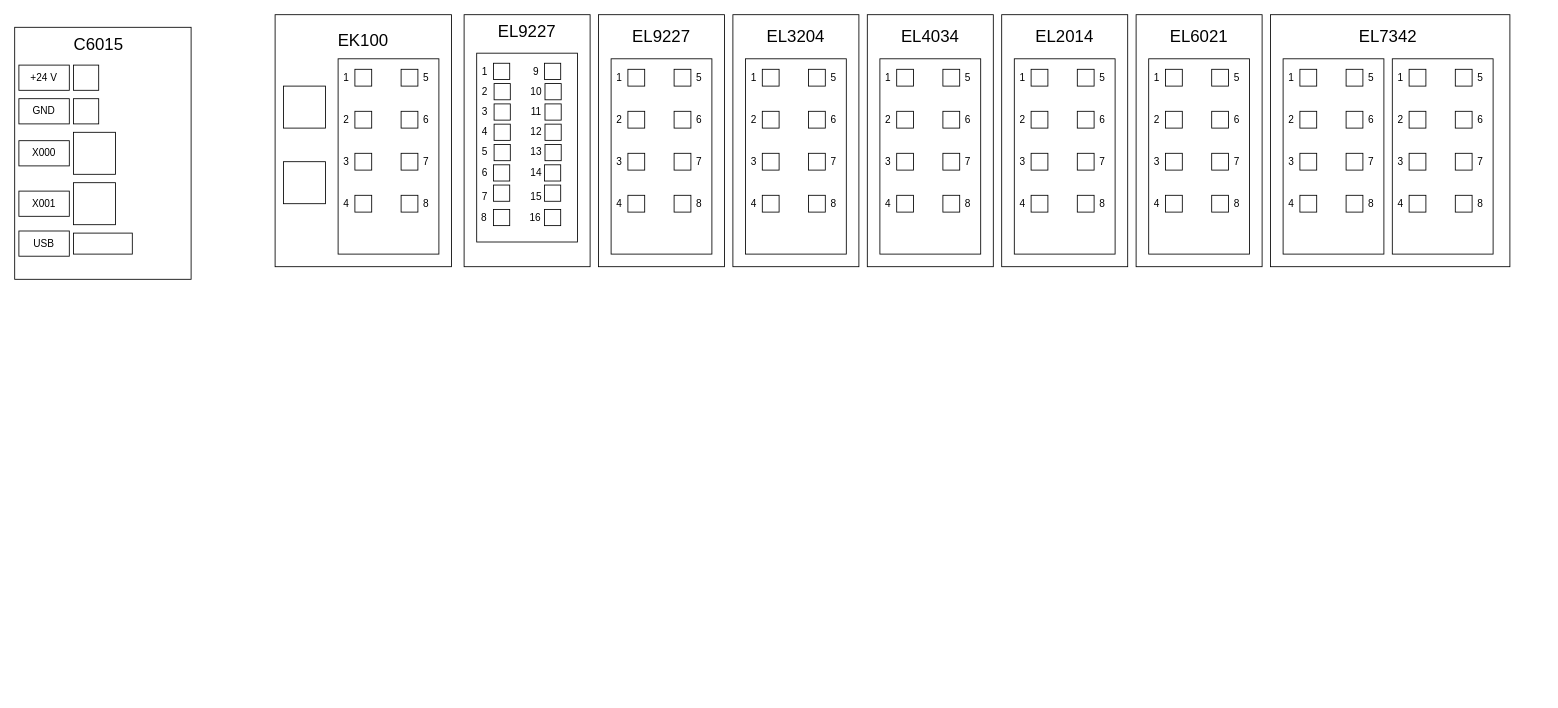
Before: Wiring Diagram.drawio in brandonyin1/CoffeeMaker, a draw.io diagram. Source tidied: cells renumbered, new cells numbered last; positions are measured from the earlier drawing's top-left corner, leaving out a move shared by most shapes. Both pictures are drawn from the tidied source at 84%, with x=0, y=0 at pixel (14, 14).
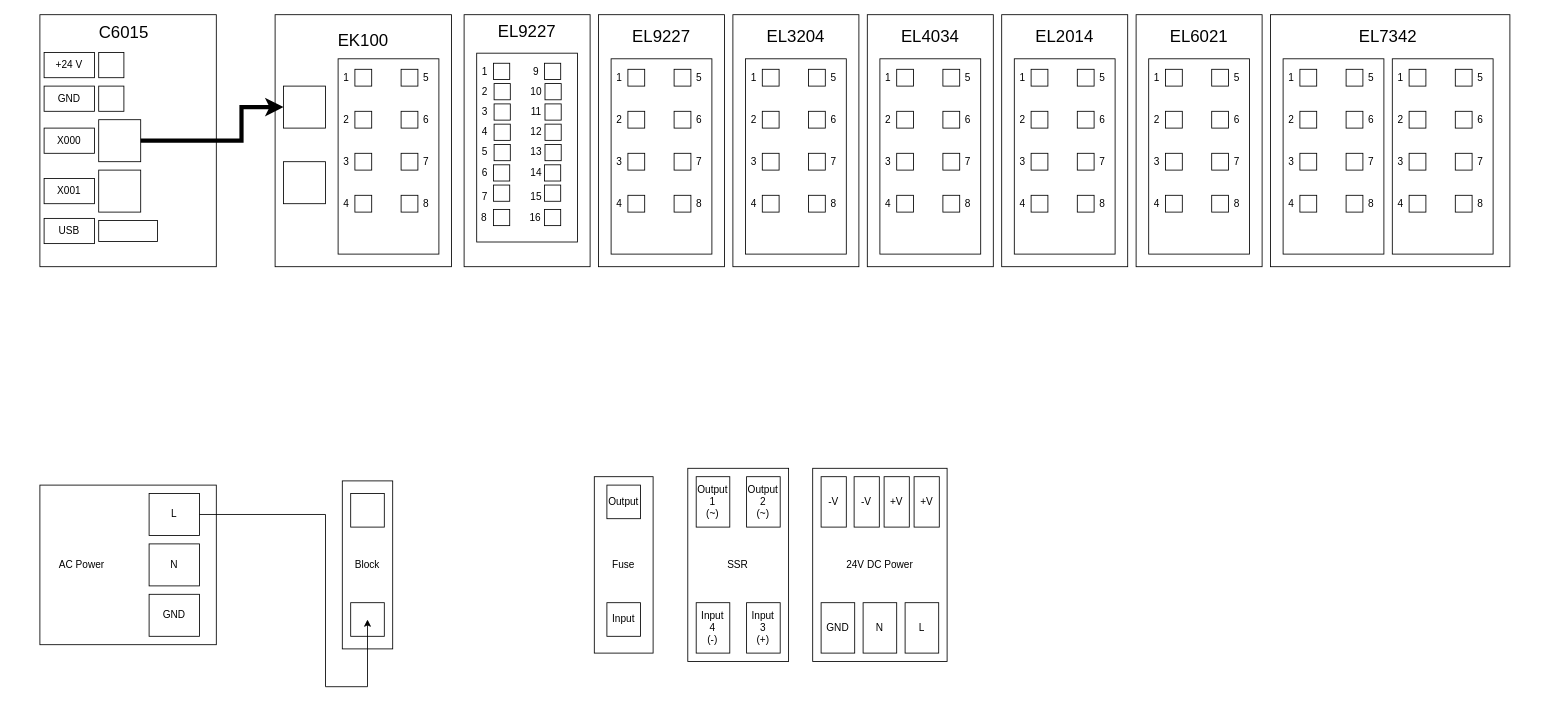
The same page after the edit.

The change refers to these unchanged cells:
```xml
<mxCell id="2" style="group;" parent="1" vertex="1">
  <mxGeometry x="690" width="155" height="300" as="geometry" />
</mxCell>
<mxCell id="22" style="group;" parent="1" vertex="1">
  <mxGeometry x="310" width="210" height="300" as="geometry" />
</mxCell>
<mxCell id="24" style="whiteSpace=wrap;html=1;" parent="22" vertex="1">
  <mxGeometry x="10" y="85" width="50" height="50" as="geometry" />
</mxCell>
<mxCell id="50" style="whiteSpace=wrap;html=1;" parent="44" vertex="1">
  <mxGeometry x="70" y="125" width="50" height="50" as="geometry" />
</mxCell>
<mxCell id="92" style="group;" parent="1" vertex="1">
  <mxGeometry x="850" width="155" height="300" as="geometry" />
</mxCell>
<mxCell id="112" style="group;" parent="1" vertex="1">
  <mxGeometry x="1010" width="155" height="300" as="geometry" />
</mxCell>
<mxCell id="132" style="group;" parent="1" vertex="1">
  <mxGeometry x="1170" width="155" height="300" as="geometry" />
</mxCell>
<mxCell id="152" style="group;" parent="1" vertex="1">
  <mxGeometry x="1330" width="155" height="300" as="geometry" />
</mxCell>
<mxCell id="172" style="group;" parent="1" vertex="1">
  <mxGeometry x="1490" width="330" height="300" as="geometry" />
</mxCell>
```

Change to the diagram source:
```diff
@@
-    <mxCell id="3" style="rounded=0;whiteSpace=wrap;html=1;fillColor=light-dark(#FFFFFF,#FFFFFF);" parent="2" vertex="1">
+    <mxCell id="3" style="rounded=0;whiteSpace=wrap;html=1;fillColor=light-dark(#FFFFFF,#CCCCCC);" parent="2" vertex="1">
       <mxGeometry x="5" width="150" height="300" as="geometry" />
     </mxCell>
@@
-    <mxCell id="23" style="rounded=0;whiteSpace=wrap;html=1;fillColor=light-dark(#FFFFFF,#FFFFFF);" parent="22" vertex="1">
+    <mxCell id="23" style="rounded=0;whiteSpace=wrap;html=1;fillColor=light-dark(#FFFFFF,#CCCCCC);" parent="22" vertex="1">
       <mxGeometry width="210" height="300" as="geometry" />
     </mxCell>
@@
-    <mxCell id="44" style="group;" parent="1" vertex="1">
-      <mxGeometry y="15" width="210" height="300" as="geometry" />
+    <mxCell id="44" style="group;fillStyle=solid;fillColor=light-dark(#FFFFFF,#CC0066);" parent="1" vertex="1">
+      <mxGeometry x="30" width="210" height="300" as="geometry" />
     </mxCell>
-    <mxCell id="45" style="rounded=0;whiteSpace=wrap;html=1;fillColor=light-dark(#FFFFFF,#FFFFFF);" parent="44" vertex="1">
+    <mxCell id="45" style="rounded=0;whiteSpace=wrap;html=1;fillColor=light-dark(#FFFFFF,#CCCCCC);" parent="44" vertex="1">
       <mxGeometry width="210" height="300" as="geometry" />
     </mxCell>
@@
-    <mxCell id="57" style="rounded=0;whiteSpace=wrap;html=1;fillColor=light-dark(#FFFFFF,#FFFFFF);" parent="1" vertex="1">
+    <mxCell id="57" style="rounded=0;whiteSpace=wrap;html=1;fillColor=light-dark(#FFFFFF,#CCCCCC);" parent="1" vertex="1">
       <mxGeometry x="535" width="150" height="300" as="geometry" />
     </mxCell>
@@
-    <mxCell id="93" style="rounded=0;whiteSpace=wrap;html=1;fillColor=light-dark(#FFFFFF,#FFFFFF);" parent="92" vertex="1">
+    <mxCell id="93" style="rounded=0;whiteSpace=wrap;html=1;fillColor=light-dark(#FFFFFF,#CCCCCC);" parent="92" vertex="1">
       <mxGeometry x="5" width="150" height="300" as="geometry" />
     </mxCell>
@@
-    <mxCell id="113" style="rounded=0;whiteSpace=wrap;html=1;fillColor=light-dark(#FFFFFF,#FFFFFF);" parent="112" vertex="1">
+    <mxCell id="113" style="rounded=0;whiteSpace=wrap;html=1;fillColor=light-dark(#FFFFFF,#CCCCCC);" parent="112" vertex="1">
       <mxGeometry x="5" width="150" height="300" as="geometry" />
     </mxCell>
@@
-    <mxCell id="133" style="rounded=0;whiteSpace=wrap;html=1;fillColor=light-dark(#FFFFFF,#FFFFFF);" parent="132" vertex="1">
+    <mxCell id="133" style="rounded=0;whiteSpace=wrap;html=1;fillColor=light-dark(#FFFFFF,#CCCCCC);" parent="132" vertex="1">
       <mxGeometry x="5" width="150" height="300" as="geometry" />
     </mxCell>
@@
-    <mxCell id="153" style="rounded=0;whiteSpace=wrap;html=1;fillColor=light-dark(#FFFFFF,#FFFFFF);" parent="152" vertex="1">
+    <mxCell id="153" style="rounded=0;whiteSpace=wrap;html=1;fillColor=light-dark(#FFFFFF,#CCCCCC);" parent="152" vertex="1">
       <mxGeometry x="5" width="150" height="300" as="geometry" />
     </mxCell>
@@
-    <mxCell id="173" style="rounded=0;whiteSpace=wrap;html=1;fillColor=light-dark(#FFFFFF,#FFFFFF);" parent="172" vertex="1">
+    <mxCell id="173" style="rounded=0;whiteSpace=wrap;html=1;fillColor=light-dark(#FFFFFF,#CCCCCC);" parent="172" vertex="1">
       <mxGeometry x="5" width="285" height="300" as="geometry" />
     </mxCell>
@@
+    <mxCell id="209" style="edgeStyle=orthogonalEdgeStyle;rounded=0;jettySize=auto;html=1;entryX=0;entryY=0.5;entryDx=0;entryDy=0;strokeWidth=5;strokeColor=light-dark(#000000,#FFFF00);" parent="1" edge="1" source="50" target="24">
+      <mxGeometry relative="1" as="geometry">
+        <Array as="points">
+          <mxPoint x="270" y="150" />
+          <mxPoint x="270" y="110" />
+        </Array>
+      </mxGeometry>
+    </mxCell>
+    <mxCell id="210" style="group;" parent="1" vertex="1">
+      <mxGeometry x="30" y="560" width="210" height="190" as="geometry" />
+    </mxCell>
+    <mxCell id="211" style="rounded=0;whiteSpace=wrap;html=1;" parent="210" vertex="1">
+      <mxGeometry width="210" height="190" as="geometry" />
+    </mxCell>
+    <mxCell id="212" value="AC Power" style="text;html=1;whiteSpace=wrap;strokeColor=none;fillColor=none;align=center;verticalAlign=middle;rounded=0;" parent="210" vertex="1">
+      <mxGeometry x="20" y="80" width="60" height="30" as="geometry" />
+    </mxCell>
+    <mxCell id="213" value="L" style="whiteSpace=wrap;html=1;" parent="210" vertex="1">
+      <mxGeometry x="130" y="10" width="60" height="50" as="geometry" />
+    </mxCell>
+    <mxCell id="214" value="N" style="whiteSpace=wrap;html=1;" parent="210" vertex="1">
+      <mxGeometry x="130" y="70" width="60" height="50" as="geometry" />
+    </mxCell>
+    <mxCell id="215" value="GND" style="whiteSpace=wrap;html=1;" parent="210" vertex="1">
+      <mxGeometry x="130" y="130" width="60" height="50" as="geometry" />
+    </mxCell>
+    <mxCell id="216" style="group;" parent="1" vertex="1">
+      <mxGeometry x="690" y="550" width="70" height="210" as="geometry" />
+    </mxCell>
+    <mxCell id="217" value="Fuse" style="whiteSpace=wrap;html=1;" parent="216" vertex="1">
+      <mxGeometry width="70" height="210" as="geometry" />
+    </mxCell>
+    <mxCell id="218" value="Input" style="whiteSpace=wrap;html=1;" parent="216" vertex="1">
+      <mxGeometry x="15" y="150" width="40" height="40" as="geometry" />
+    </mxCell>
+    <mxCell id="219" value="Output" style="whiteSpace=wrap;html=1;" parent="216" vertex="1">
+      <mxGeometry x="15" y="10" width="40" height="40" as="geometry" />
+    </mxCell>
+    <mxCell id="220" style="group;" parent="1" vertex="1">
+      <mxGeometry x="801.3" y="540" width="120" height="230" as="geometry" />
+    </mxCell>
+    <mxCell id="221" value="SSR" style="whiteSpace=wrap;html=1;" parent="220" vertex="1">
+      <mxGeometry width="120" height="230" as="geometry" />
+    </mxCell>
+    <mxCell id="222" value="Output&lt;div&gt;1&lt;/div&gt;&lt;div&gt;(~)&lt;/div&gt;" style="whiteSpace=wrap;html=1;" parent="220" vertex="1">
+      <mxGeometry x="10" y="10" width="40" height="60" as="geometry" />
+    </mxCell>
+    <mxCell id="223" value="Output&lt;div&gt;2&lt;/div&gt;&lt;div&gt;(~)&lt;/div&gt;" style="whiteSpace=wrap;html=1;" parent="220" vertex="1">
+      <mxGeometry x="70" y="10" width="40" height="60" as="geometry" />
+    </mxCell>
+    <mxCell id="224" value="Input&lt;div&gt;4&lt;/div&gt;&lt;div&gt;(-)&lt;/div&gt;" style="whiteSpace=wrap;html=1;" parent="220" vertex="1">
+      <mxGeometry x="10" y="160" width="40" height="60" as="geometry" />
+    </mxCell>
+    <mxCell id="225" value="Input&lt;div&gt;3&lt;/div&gt;&lt;div&gt;(+)&lt;/div&gt;" style="whiteSpace=wrap;html=1;" parent="220" vertex="1">
+      <mxGeometry x="70" y="160" width="40" height="60" as="geometry" />
+    </mxCell>
+    <mxCell id="226" style="group;" parent="1" vertex="1">
+      <mxGeometry x="950" y="540" width="160" height="230" as="geometry" />
+    </mxCell>
+    <mxCell id="227" value="24V DC Power" style="whiteSpace=wrap;html=1;" parent="226" vertex="1">
+      <mxGeometry width="160" height="230" as="geometry" />
+    </mxCell>
+    <mxCell id="228" value="-V" style="whiteSpace=wrap;html=1;" parent="226" vertex="1">
+      <mxGeometry x="10" y="10" width="30" height="60" as="geometry" />
+    </mxCell>
+    <mxCell id="229" value="GND" style="whiteSpace=wrap;html=1;" parent="226" vertex="1">
+      <mxGeometry x="10" y="160" width="40" height="60" as="geometry" />
+    </mxCell>
+    <mxCell id="230" value="N" style="whiteSpace=wrap;html=1;" parent="226" vertex="1">
+      <mxGeometry x="60" y="160" width="40" height="60" as="geometry" />
+    </mxCell>
+    <mxCell id="231" value="L" style="whiteSpace=wrap;html=1;" parent="226" vertex="1">
+      <mxGeometry x="110" y="160" width="40" height="60" as="geometry" />
+    </mxCell>
+    <mxCell id="232" value="-V" style="whiteSpace=wrap;html=1;" parent="226" vertex="1">
+      <mxGeometry x="49.3" y="10" width="30" height="60" as="geometry" />
+    </mxCell>
+    <mxCell id="233" value="+V" style="whiteSpace=wrap;html=1;" parent="226" vertex="1">
+      <mxGeometry x="85" y="10" width="30" height="60" as="geometry" />
+    </mxCell>
+    <mxCell id="234" value="+V" style="whiteSpace=wrap;html=1;" parent="226" vertex="1">
+      <mxGeometry x="120.7" y="10" width="30" height="60" as="geometry" />
+    </mxCell>
+    <mxCell id="235" value="Block" style="whiteSpace=wrap;html=1;" parent="1" vertex="1">
+      <mxGeometry x="390" y="555" width="60" height="200" as="geometry" />
+    </mxCell>
+    <mxCell id="236" style="whiteSpace=wrap;html=1;" parent="1" vertex="1">
+      <mxGeometry x="400" y="700" width="40" height="40" as="geometry" />
+    </mxCell>
+    <mxCell id="237" style="whiteSpace=wrap;html=1;" parent="1" vertex="1">
+      <mxGeometry x="400" y="570" width="40" height="40" as="geometry" />
+    </mxCell>
+    <mxCell id="238" style="edgeStyle=orthogonalEdgeStyle;rounded=0;jettySize=auto;html=1;exitX=1;exitY=0.5;exitDx=0;exitDy=0;entryX=0.5;entryY=0.5;entryDx=0;entryDy=0;entryPerimeter=0;" parent="1" edge="1" source="213" target="236">
+      <mxGeometry relative="1" as="geometry">
+        <Array as="points">
+          <mxPoint x="370" y="595" />
+          <mxPoint x="370" y="800" />
+          <mxPoint x="420" y="800" />
+        </Array>
+      </mxGeometry>
+    </mxCell>
```
